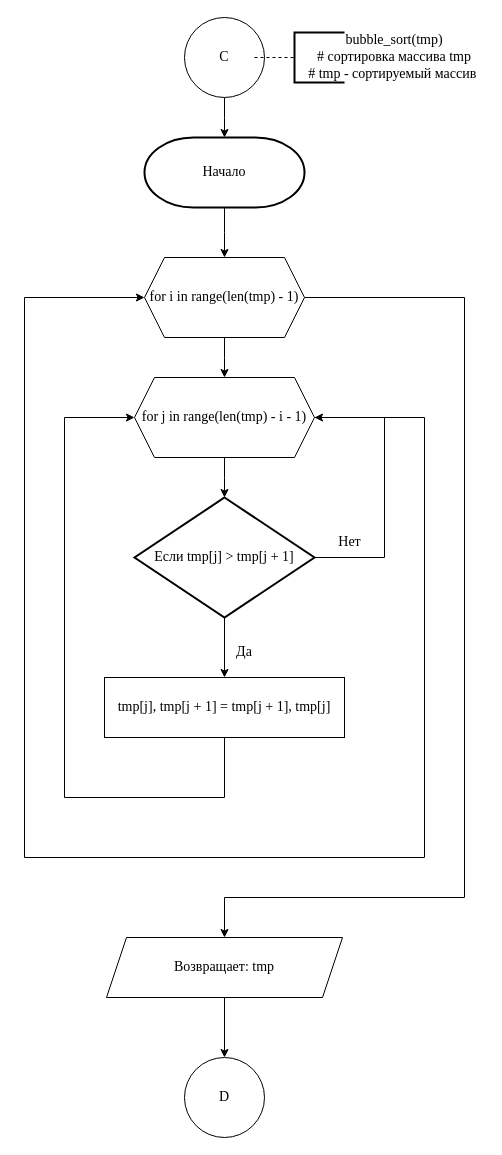
This is page "Страница 4" (4 of 6) of 1 курс/Информатика/Практические работы/12/Диаграмма без названия.drawio from Kirill010/RTU-MIREA, a draw.io file, before an edit. Source tidied: cells renumbered, new cells numbered last; positions are measured from the earlier drawing's top-left corner, leaving out a move shared by most shapes. Both pictures are drawn from the tidied source at 100%, with x=0, y=0 at pixel (24, 17).
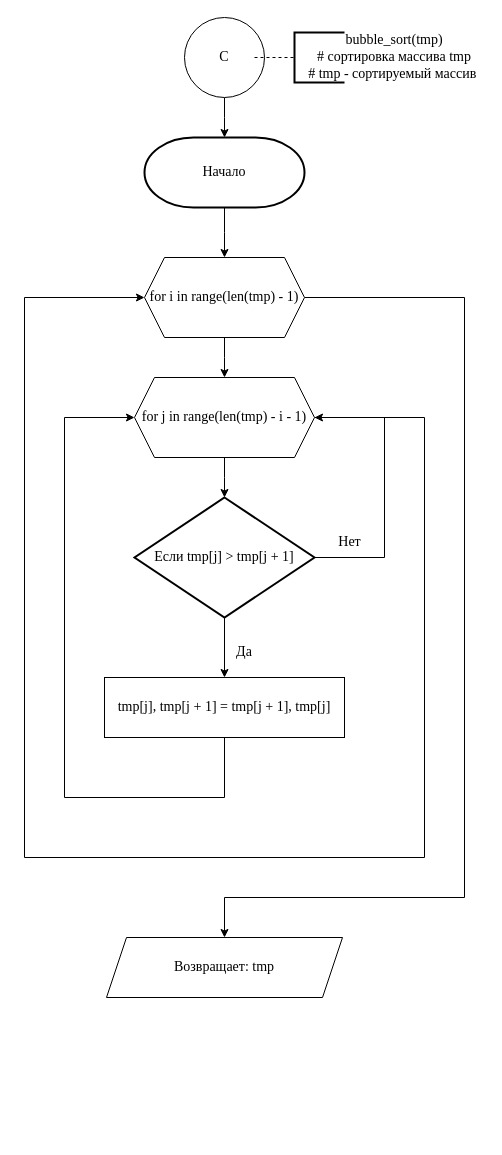
Above is the later version.

Unchanged cells that the change refers to:
```xml
<mxCell id="24" value="Возвращает: tmp" style="shape=parallelogram;perimeter=parallelogramPerimeter;whiteSpace=wrap;html=1;fixedSize=1;fontFamily=Times New Roman;fontSize=14;" parent="1" vertex="1">
  <mxGeometry x="82" y="920" width="236" height="60" as="geometry" />
</mxCell>
```

The edit, as a diff of the source:
```diff
@@
-    <mxCell id="15" value="D" style="ellipse;whiteSpace=wrap;html=1;fontFamily=Times New Roman;fontSize=14;" parent="1" vertex="1">
-      <mxGeometry x="160" y="1040" width="80" height="80" as="geometry" />
-    </mxCell>
@@
-    <mxCell id="23" style="edgeStyle=orthogonalEdgeStyle;rounded=0;jettySize=auto;html=1;entryX=0.5;entryY=0;entryDx=0;entryDy=0;fontFamily=Times New Roman;fontSize=14;" parent="1" edge="1" source="24" target="15">
-      <mxGeometry relative="1" as="geometry" />
-    </mxCell>
```
